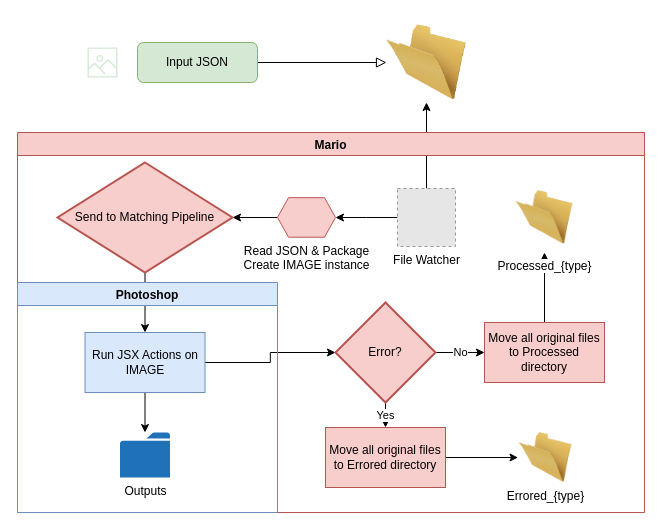
The draw.io diagram How-Mario-Works.drawio in puglisij/mario, before the edit. Source tidied: cells renumbered, new cells numbered last; positions are measured from the earlier drawing's top-left corner, leaving out a move shared by most shapes. Both pictures are drawn from the tidied source at 100%, with x=0, y=0 at pixel (17, 22). Pictures stored in the file or linked from it are replaced by grey dashed boxes.
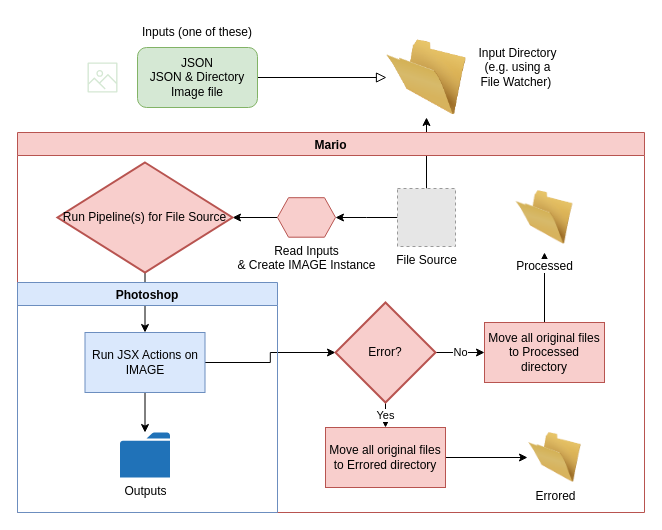
Above is the later version.

The change refers to these unchanged cells:
```xml
<mxCell id="7" value="Mario" style="swimlane;fillColor=#f8cecc;strokeColor=#b85450;gradientColor=none;swimlaneFillColor=none;" parent="1" vertex="1">
  <mxGeometry y="110" width="627" height="380" as="geometry" />
</mxCell>
```

What changed in the source:
```diff
@@
-    <mxCell id="3" value="Input JSON" style="rounded=1;whiteSpace=wrap;html=1;fontSize=12;glass=0;strokeWidth=1;shadow=0;fillColor=#d5e8d4;strokeColor=#82b366;" parent="1" vertex="1">
-      <mxGeometry x="120" y="20" width="120" height="40" as="geometry" />
+    <mxCell id="3" value="JSON&lt;br&gt;JSON &amp;amp; Directory&lt;br&gt;Image file" style="rounded=1;whiteSpace=wrap;html=1;fontSize=12;glass=0;strokeWidth=1;shadow=0;fillColor=#d5e8d4;strokeColor=#82b366;" parent="1" vertex="1">
+      <mxGeometry x="120" y="25" width="120" height="60" as="geometry" />
     </mxCell>
     <mxCell id="4" style="image;html=1;labelBackgroundColor=#ffffff;image=img/lib/clip_art/general/Empty_Folder_128x128.png;" parent="1" vertex="1">
-      <mxGeometry x="369" width="80" height="80" as="geometry" />
+      <mxGeometry x="369" y="15" width="80" height="80" as="geometry" />
     </mxCell>
@@
     <mxCell id="6" style="fillColor=#d5e8d4;strokeColor=#82b366;dashed=0;verticalLabelPosition=bottom;verticalAlign=top;align=center;html=1;fontSize=12;fontStyle=0;shape=mxgraph.aws4.container_registry_image;" parent="1" vertex="1">
-      <mxGeometry x="70" y="25" width="30" height="30" as="geometry" />
+      <mxGeometry x="70" y="40" width="30" height="30" as="geometry" />
     </mxCell>
@@
-    <mxCell id="9" value="File Watcher" style="fillColor=#E6E6E6;strokeColor=#999999;dashed=1;html=1;verticalAlign=top;verticalLabelPosition=bottom;labelBackgroundColor=#ffffff;" parent="7" vertex="1">
+    <mxCell id="9" value="File Source" style="fillColor=#E6E6E6;strokeColor=#999999;dashed=1;html=1;verticalAlign=top;verticalLabelPosition=bottom;labelBackgroundColor=#ffffff;" parent="7" vertex="1">
       <mxGeometry x="380" y="56" width="58" height="58" as="geometry" />
     </mxCell>
@@
-    <mxCell id="11" value="Read JSON &amp;amp; Package&lt;br&gt;Create IMAGE instance" style="verticalLabelPosition=bottom;verticalAlign=top;html=1;shape=hexagon;perimeter=hexagonPerimeter2;arcSize=6;size=0.1896551724137931;fillColor=#f8cecc;strokeColor=#b85450;" parent="7" vertex="1">
+    <mxCell id="11" value="Read Inputs &lt;br&gt;&amp;amp; Create IMAGE Instance" style="verticalLabelPosition=bottom;verticalAlign=top;html=1;shape=hexagon;perimeter=hexagonPerimeter2;arcSize=6;size=0.1896551724137931;fillColor=#f8cecc;strokeColor=#b85450;" parent="7" vertex="1">
       <mxGeometry x="260" y="65.2" width="58" height="39.5" as="geometry" />
     </mxCell>
@@
-    <mxCell id="13" value="Send to Matching Pipeline" style="strokeWidth=2;html=1;shape=mxgraph.flowchart.decision;whiteSpace=wrap;fillColor=#f8cecc;strokeColor=#b85450;" parent="7" vertex="1">
+    <mxCell id="13" value="Run Pipeline(s) for File Source" style="strokeWidth=2;html=1;shape=mxgraph.flowchart.decision;whiteSpace=wrap;fillColor=#f8cecc;strokeColor=#b85450;" parent="7" vertex="1">
       <mxGeometry x="40" y="30" width="175" height="110" as="geometry" />
     </mxCell>
@@
-    <mxCell id="18" value="Errored_{type}" style="image;html=1;labelBackgroundColor=#ffffff;image=img/lib/clip_art/general/Empty_Folder_128x128.png;gradientColor=none;" parent="7" vertex="1">
-      <mxGeometry x="500.5" y="300" width="55" height="50" as="geometry" />
+    <mxCell id="18" value="Errored" style="image;html=1;labelBackgroundColor=#ffffff;image=img/lib/clip_art/general/Empty_Folder_128x128.png;gradientColor=none;" parent="7" vertex="1">
+      <mxGeometry x="510" y="300" width="55" height="50" as="geometry" />
     </mxCell>
@@
-    <mxCell id="23" value="Processed_{type}" style="image;html=1;labelBackgroundColor=#ffffff;image=img/lib/clip_art/general/Empty_Folder_128x128.png;gradientColor=none;" parent="7" vertex="1">
+    <mxCell id="23" value="Processed" style="image;html=1;labelBackgroundColor=#ffffff;image=img/lib/clip_art/general/Empty_Folder_128x128.png;gradientColor=none;" parent="7" vertex="1">
       <mxGeometry x="498.5" y="50" width="57" height="70" as="geometry" />
     </mxCell>
@@
+    <mxCell id="28" value="Inputs (one of these)" style="text;html=1;strokeColor=none;fillColor=none;align=center;verticalAlign=middle;whiteSpace=wrap;rounded=0;" parent="1" vertex="1">
+      <mxGeometry x="120" y="-5" width="120" height="30" as="geometry" />
+    </mxCell>
+    <mxCell id="29" value="Input Directory (e.g. using a File Watcher)&amp;nbsp;" style="text;html=1;strokeColor=none;fillColor=none;align=center;verticalAlign=middle;whiteSpace=wrap;rounded=0;" parent="1" vertex="1">
+      <mxGeometry x="460" y="10" width="81" height="70" as="geometry" />
+    </mxCell>
```
